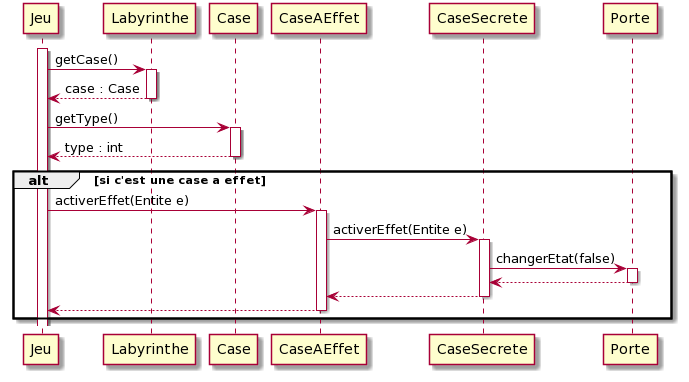
This is documents/version_4/Diagramme_sequence_case_fermante.png from icetomtom/2020_COO_Zeldiablo_muller742u_etchevar1u_huet41u_bouillo15u, a PlantUML export, as it was before one commit.
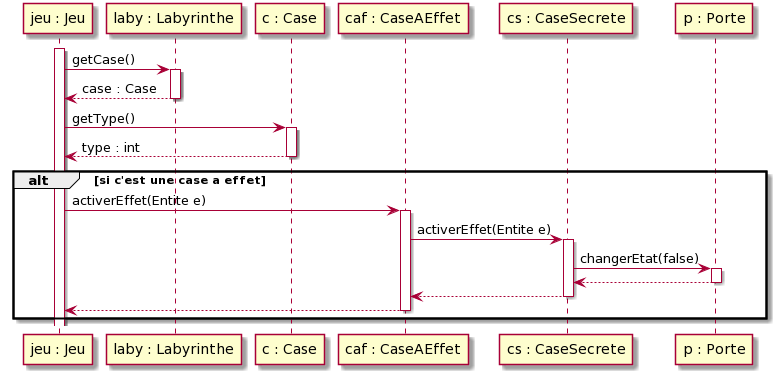
After the commit.

Diff of the diagram source:
```diff
@@ -1,27 +1,27 @@
 @startuml
-activate Jeu
-Jeu -> Labyrinthe : getCase()
-activate Labyrinthe
-Labyrinthe --> Jeu : case : Case
-deactivate Labyrinthe
+activate "jeu : Jeu"
+		"jeu : Jeu" -> "laby : Labyrinthe" : getCase()
+		activate "laby : Labyrinthe"
+		"laby : Labyrinthe" --> "jeu : Jeu" : case : Case
+		deactivate "laby : Labyrinthe"
 
-Jeu -> Case : getType()
-activate Case
-Case --> Jeu : type : int
-deactivate Case
+		"jeu : Jeu" -> "c : Case" : getType()
+		activate "c : Case"
+		"c : Case" --> "jeu : Jeu" : type : int
+		deactivate "c : Case"
 
-alt si c'est une case a effet
-  Jeu -> CaseAEffet : activerEffet(Entite e)
-  activate CaseAEffet
-  CaseAEffet -> CaseSecrete : activerEffet(Entite e)
-  activate CaseSecrete
-  CaseSecrete -> Porte : changerEtat(false)
-  activate Porte
-  Porte --> CaseSecrete
-  deactivate Porte
-  CaseSecrete --> CaseAEffet
-  deactivate CaseSecrete
-  CaseAEffet --> Jeu
-  deactivate CaseAEffet
-end
+		alt si c'est une case a effet
+		  "jeu : Jeu" -> "caf : CaseAEffet" : activerEffet(Entite e)
+		  activate "caf : CaseAEffet"
+		  "caf : CaseAEffet" -> "cs : CaseSecrete" : activerEffet(Entite e)
+		  activate "cs : CaseSecrete"
+		  "cs : CaseSecrete" -> "p : Porte" : changerEtat(false)
+		  activate "p : Porte"
+		  "p : Porte" --> "cs : CaseSecrete"
+		  deactivate "p : Porte"
+		  "cs : CaseSecrete" --> "caf : CaseAEffet"
+		  deactivate "cs : CaseSecrete"
+		  "caf : CaseAEffet" --> "jeu : Jeu"
+		  deactivate "caf : CaseAEffet"
+		end
 @enduml
```
